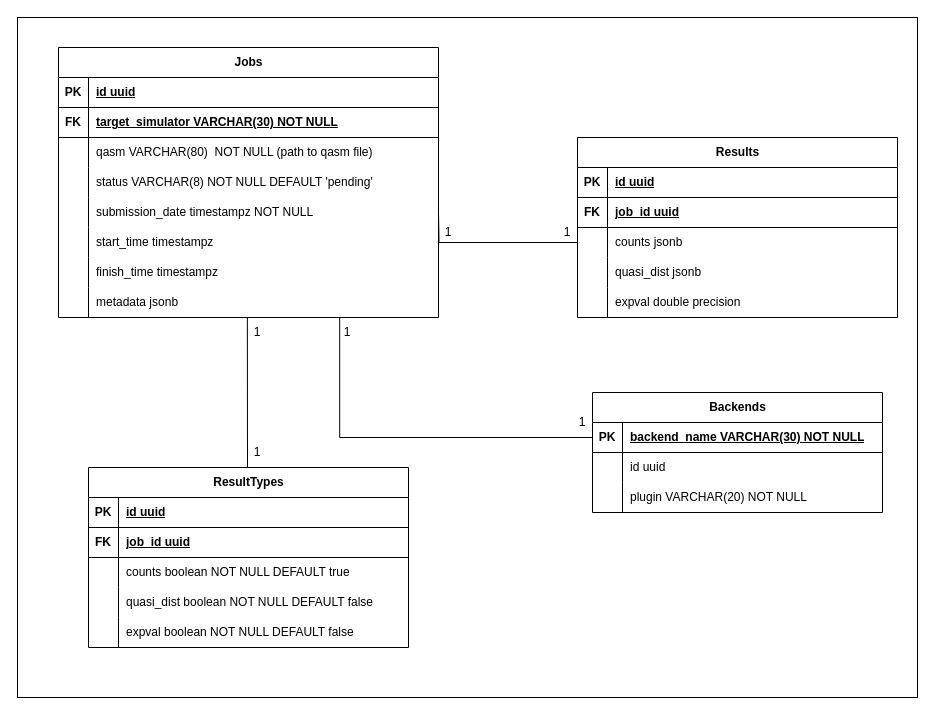
Earlier version of the draw.io diagram assets/database.drawio (Dpbm/qserver). Source tidied: cells renumbered, new cells numbered last; positions are measured from the earlier drawing's top-left corner, leaving out a move shared by most shapes. Both pictures are drawn from the tidied source at 100%, with x=0, y=0 at pixel (17, 17).
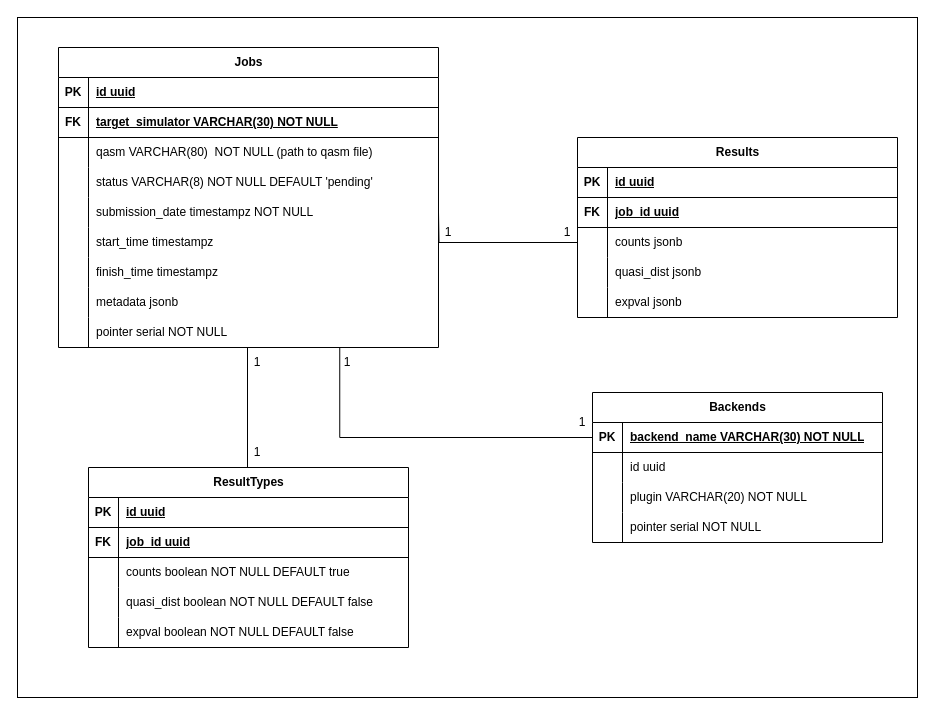
The same page after the edit.

The change refers to these unchanged cells:
```xml
<mxCell id="25" style="shape=tableRow;horizontal=0;startSize=0;swimlaneHead=0;swimlaneBody=0;fillColor=none;points=[[0,0.5],[1,0.5]];portConstraint=eastwest;top=0;left=0;right=0;bottom=0;" parent="3" vertex="1">
  <mxGeometry y="240" width="380" height="30" as="geometry" />
</mxCell>
<mxCell id="41" style="shape=tableRow;horizontal=0;startSize=0;swimlaneHead=0;swimlaneBody=0;fillColor=none;top=0;left=0;right=0;bottom=0;" parent="28" vertex="1">
  <mxGeometry y="150" width="320" height="30" as="geometry" />
</mxCell>
<mxCell id="67" style="shape=tableRow;horizontal=0;startSize=0;swimlaneHead=0;swimlaneBody=0;fillColor=none;points=[[0,0.5],[1,0.5]];portConstraint=eastwest;top=0;left=0;right=0;bottom=1;" parent="66" vertex="1">
  <mxGeometry y="30" width="290" height="30" as="geometry" />
</mxCell>
```

What changed in the source:
```diff
@@
     <mxCell id="3" value="Jobs" style="shape=table;startSize=30;childLayout=tableLayout;rowLines=0;fontStyle=1;align=center;html=1;" parent="1" vertex="1">
-      <mxGeometry x="41" y="30" width="380" height="270" as="geometry" />
+      <mxGeometry x="41" y="30" width="380" height="300" as="geometry" />
     </mxCell>
@@
+    <mxCell id="79" style="shape=tableRow;horizontal=0;startSize=0;swimlaneHead=0;swimlaneBody=0;fillColor=none;top=0;left=0;right=0;bottom=0;" parent="3" vertex="1">
+      <mxGeometry y="270" width="380" height="30" as="geometry" />
+    </mxCell>
+    <mxCell id="80" style="shape=partialRectangle;fillColor=none;top=0;left=0;bottom=0;right=0;overflow=hidden;whiteSpace=wrap;html=1;" parent="79" vertex="1">
+      <mxGeometry width="30" height="30" as="geometry" />
+    </mxCell>
+    <mxCell id="81" value="pointer serial NOT NULL" style="shape=partialRectangle;fillColor=none;top=0;left=0;bottom=0;right=0;align=left;spacingLeft=6;overflow=hidden;whiteSpace=wrap;html=1;" parent="79" vertex="1">
+      <mxGeometry x="30" width="350" height="30" as="geometry" />
+    </mxCell>
@@
-    <mxCell id="43" value="expval&amp;nbsp;double precision" style="shape=partialRectangle;fillColor=none;top=0;left=0;bottom=0;right=0;align=left;spacingLeft=6;overflow=hidden;whiteSpace=wrap;html=1;fontStyle=0;strokeWidth=4;" parent="41" vertex="1">
+    <mxCell id="43" value="expval&amp;nbsp;jsonb" style="shape=partialRectangle;fillColor=none;top=0;left=0;bottom=0;right=0;align=left;spacingLeft=6;overflow=hidden;whiteSpace=wrap;html=1;fontStyle=0;strokeWidth=4;" parent="41" vertex="1">
       <mxGeometry x="30" width="290" height="30" as="geometry" />
     </mxCell>
@@
-    <mxCell id="63" style="endArrow=none;html=1;rounded=0;entryX=0.497;entryY=1.003;entryDx=0;entryDy=0;entryPerimeter=0;" parent="1" edge="1" target="25">
+    <mxCell id="63" style="endArrow=none;html=1;rounded=0;entryX=0;entryY=0;entryDx=0;entryDy=0;" parent="1" edge="1" target="64">
       <mxGeometry relative="1" as="geometry">
         <mxPoint x="230" y="450" as="sourcePoint" />
       </mxGeometry>
     </mxCell>
     <mxCell id="64" value="1" style="text;html=1;align=center;verticalAlign=middle;whiteSpace=wrap;rounded=0;" parent="1" vertex="1">
-      <mxGeometry x="230" y="300" width="20" height="30" as="geometry" />
+      <mxGeometry x="230" y="330" width="20" height="30" as="geometry" />
     </mxCell>
@@
     <mxCell id="66" value="Backends" style="shape=table;startSize=30;childLayout=tableLayout;rowLines=0;fontStyle=1;align=center;html=1;" parent="1" vertex="1">
-      <mxGeometry x="575" y="375" width="290" height="120" as="geometry" />
+      <mxGeometry x="575" y="375" width="290" height="150" as="geometry" />
     </mxCell>
@@
+    <mxCell id="82" style="shape=tableRow;horizontal=0;startSize=0;swimlaneHead=0;swimlaneBody=0;fillColor=none;top=0;left=0;right=0;bottom=0;" parent="66" vertex="1">
+      <mxGeometry y="120" width="290" height="30" as="geometry" />
+    </mxCell>
+    <mxCell id="83" style="shape=partialRectangle;fillColor=none;top=0;left=0;bottom=0;right=0;overflow=hidden;whiteSpace=wrap;html=1;" parent="82" vertex="1">
+      <mxGeometry width="30" height="30" as="geometry" />
+    </mxCell>
+    <mxCell id="84" value="pointer serial NOT NULL" style="shape=partialRectangle;fillColor=none;top=0;left=0;bottom=0;right=0;align=left;spacingLeft=6;overflow=hidden;whiteSpace=wrap;html=1;" parent="82" vertex="1">
+      <mxGeometry x="30" width="260" height="30" as="geometry" />
+    </mxCell>
-    <mxCell id="76" style="rounded=0;jettySize=auto;html=1;exitX=0;exitY=0.5;exitDx=0;exitDy=0;entryX=0.74;entryY=0.989;entryDx=0;entryDy=0;entryPerimeter=0;edgeStyle=elbowEdgeStyle;elbow=vertical;endArrow=none;startFill=0;" parent="1" edge="1" source="67" target="25">
+    <mxCell id="76" style="rounded=0;jettySize=auto;html=1;exitX=0;exitY=0.5;exitDx=0;exitDy=0;entryX=0.113;entryY=0.017;entryDx=0;entryDy=0;entryPerimeter=0;edgeStyle=elbowEdgeStyle;elbow=vertical;endArrow=none;startFill=0;" parent="1" edge="1" source="67" target="77">
       <mxGeometry relative="1" as="geometry">
         <Array as="points">
           <mxPoint x="450" y="420" />
         </Array>
       </mxGeometry>
     </mxCell>
     <mxCell id="77" value="1" style="text;html=1;align=center;verticalAlign=middle;whiteSpace=wrap;rounded=0;" parent="1" vertex="1">
-      <mxGeometry x="320" y="300" width="20" height="30" as="geometry" />
+      <mxGeometry x="320" y="330" width="20" height="30" as="geometry" />
     </mxCell>
```
